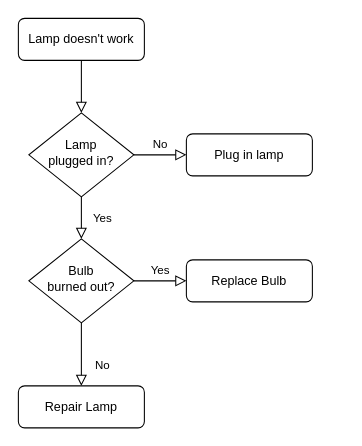
zhongchun/daily keeps this draw.io diagram as graphs/multi packing.drawio. Above is the earlier version. Source tidied: cells renumbered, new cells numbered last; positions are measured from the earlier drawing's top-left corner, leaving out a move shared by most shapes. Both pictures are drawn from the tidied source at 105%, with x=0, y=0 at pixel (18, 18).
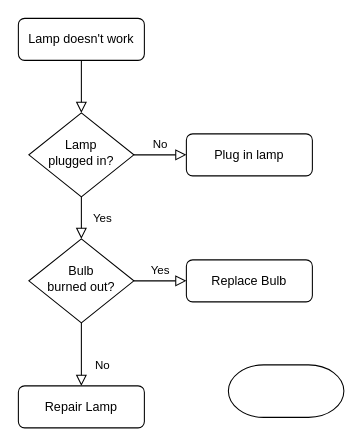
After the change.

The edit, as a diff of the source:
```diff
@@
 <mxGraphModel>
   <root>
     <mxCell id="0" />
     <mxCell id="1" parent="0" />
     <mxCell id="2" style="rounded=0;html=1;jettySize=auto;fontSize=11;endArrow=block;endFill=0;endSize=8;strokeWidth=1;shadow=0;labelBackgroundColor=none;edgeStyle=orthogonalEdgeStyle;" parent="1" edge="1" source="3" target="6">
       <mxGeometry relative="1" as="geometry" />
     </mxCell>
     <mxCell id="3" value="Lamp doesn't work" style="rounded=1;whiteSpace=wrap;html=1;fontSize=12;glass=0;strokeWidth=1;shadow=0;" parent="1" vertex="1">
       <mxGeometry width="120" height="40" as="geometry" />
     </mxCell>
     <mxCell id="4" value="Yes" style="rounded=0;html=1;jettySize=auto;fontSize=11;endArrow=block;endFill=0;endSize=8;strokeWidth=1;shadow=0;labelBackgroundColor=none;edgeStyle=orthogonalEdgeStyle;" parent="1" edge="1" source="6" target="10">
       <mxGeometry y="20" relative="1" as="geometry" />
     </mxCell>
     <mxCell id="5" value="No" style="edgeStyle=orthogonalEdgeStyle;rounded=0;html=1;jettySize=auto;fontSize=11;endArrow=block;endFill=0;endSize=8;strokeWidth=1;shadow=0;labelBackgroundColor=none;" parent="1" edge="1" source="6" target="7">
       <mxGeometry y="10" relative="1" as="geometry" />
     </mxCell>
     <mxCell id="6" value="Lamp&lt;br&gt;plugged in?" style="rhombus;whiteSpace=wrap;html=1;shadow=0;fontFamily=Helvetica;fontSize=12;align=center;strokeWidth=1;spacing=6;spacingTop=-4;" parent="1" vertex="1">
       <mxGeometry x="10" y="90" width="100" height="80" as="geometry" />
     </mxCell>
     <mxCell id="7" value="Plug in lamp" style="rounded=1;whiteSpace=wrap;html=1;fontSize=12;glass=0;strokeWidth=1;shadow=0;" parent="1" vertex="1">
       <mxGeometry x="160" y="110" width="120" height="40" as="geometry" />
     </mxCell>
     <mxCell id="8" value="No" style="rounded=0;html=1;jettySize=auto;fontSize=11;endArrow=block;endFill=0;endSize=8;strokeWidth=1;shadow=0;labelBackgroundColor=none;edgeStyle=orthogonalEdgeStyle;" parent="1" edge="1" source="10" target="11">
       <mxGeometry x="0.33" y="20" relative="1" as="geometry" />
     </mxCell>
     <mxCell id="9" value="Yes" style="edgeStyle=orthogonalEdgeStyle;rounded=0;html=1;jettySize=auto;fontSize=11;endArrow=block;endFill=0;endSize=8;strokeWidth=1;shadow=0;labelBackgroundColor=none;" parent="1" edge="1" source="10" target="12">
       <mxGeometry y="10" relative="1" as="geometry" />
     </mxCell>
     <mxCell id="10" value="Bulb&lt;br&gt;burned out?" style="rhombus;whiteSpace=wrap;html=1;shadow=0;fontFamily=Helvetica;fontSize=12;align=center;strokeWidth=1;spacing=6;spacingTop=-4;" parent="1" vertex="1">
       <mxGeometry x="10" y="210" width="100" height="80" as="geometry" />
     </mxCell>
     <mxCell id="11" value="Repair Lamp" style="rounded=1;whiteSpace=wrap;html=1;fontSize=12;glass=0;strokeWidth=1;shadow=0;" parent="1" vertex="1">
       <mxGeometry y="350" width="120" height="40" as="geometry" />
     </mxCell>
     <mxCell id="12" value="Replace Bulb" style="rounded=1;whiteSpace=wrap;html=1;fontSize=12;glass=0;strokeWidth=1;shadow=0;" parent="1" vertex="1">
       <mxGeometry x="160" y="230" width="120" height="40" as="geometry" />
     </mxCell>
+    <mxCell id="13" style="strokeWidth=1;html=1;shape=mxgraph.flowchart.terminator;whiteSpace=wrap;" parent="1" vertex="1">
+      <mxGeometry x="200" y="330" width="110" height="50" as="geometry" />
+    </mxCell>
   </root>
 </mxGraphModel>
```
